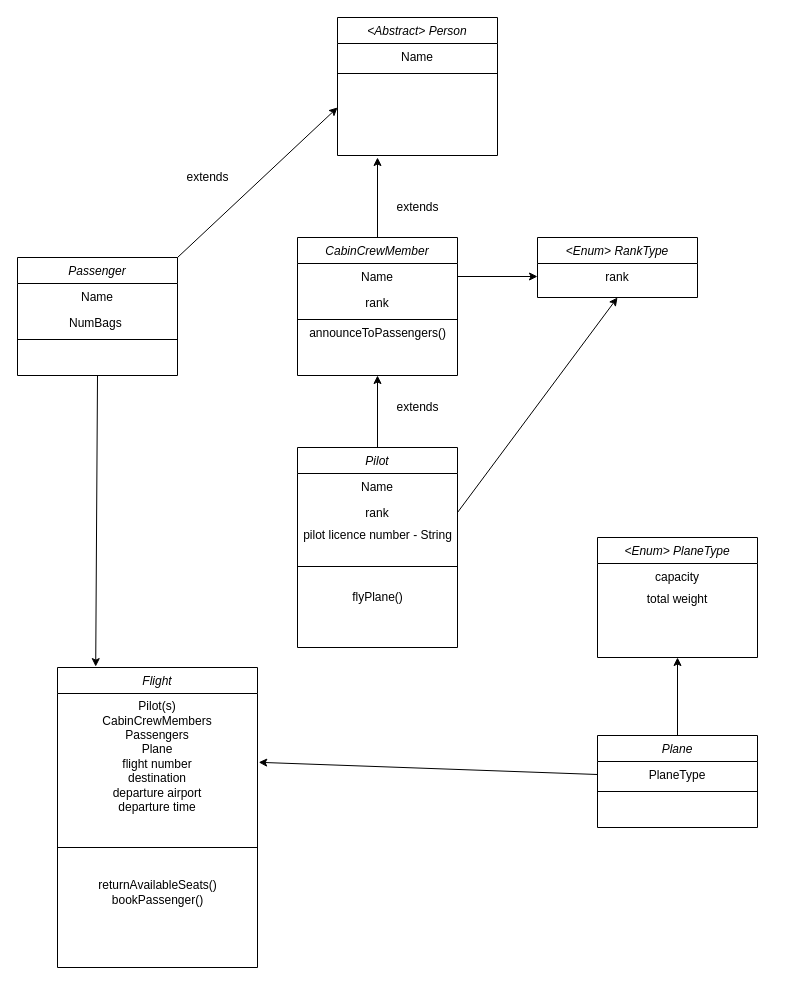
Above: MVPdiagram.drawio in Braingains/Java-TDD-Airline (draw.io), before the change. Source tidied: cells renumbered, new cells numbered last; positions are measured from the earlier drawing's top-left corner, leaving out a move shared by most shapes. Both pictures are drawn from the tidied source at 100%, with x=0, y=0 at pixel (17, 17).
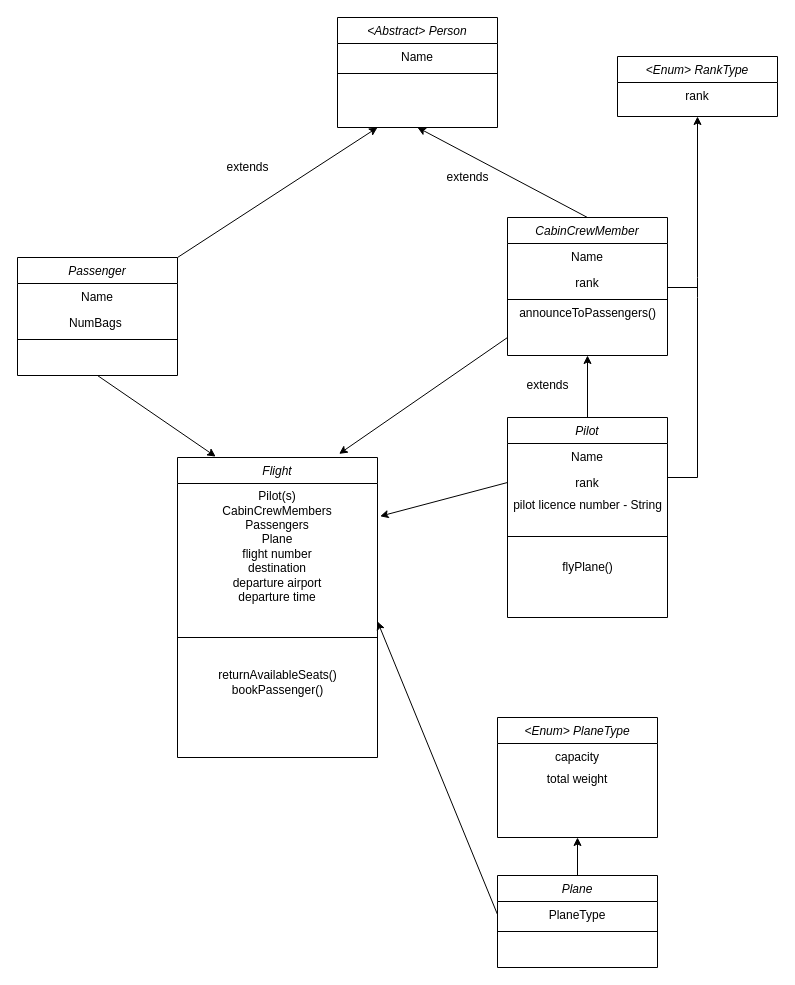
The same page after the edit.

Unchanged cells that the change refers to:
```xml
<mxCell id="5" value="Passenger" style="swimlane;fontStyle=2;align=center;verticalAlign=top;horizontal=1;startSize=26;rounded=0;shadow=0;strokeWidth=1;" parent="1" vertex="1">
  <mxGeometry y="240" width="160" height="118" as="geometry" />
</mxCell>
<mxCell id="16" value="rank" style="text;align=center;verticalAlign=top;spacingLeft=4;spacingRight=4;overflow=hidden;points=[[0,0.5],[1,0.5]];portConstraint=eastwest;rounded=0;shadow=0;html=0;" parent="14" vertex="1">
  <mxGeometry y="52" width="160" height="26" as="geometry" />
</mxCell>
<mxCell id="24" value="rank" style="text;align=center;verticalAlign=top;spacingLeft=4;spacingRight=4;overflow=hidden;points=[[0,0.5],[1,0.5]];portConstraint=eastwest;rounded=0;shadow=0;html=0;" parent="23" vertex="1">
  <mxGeometry y="26" width="160" height="26" as="geometry" />
</mxCell>
<mxCell id="26" value="PlaneType" style="text;align=center;verticalAlign=top;spacingLeft=4;spacingRight=4;overflow=hidden;points=[[0,0.5],[1,0.5]];portConstraint=eastwest;" parent="25" vertex="1">
  <mxGeometry y="26" width="160" height="26" as="geometry" />
</mxCell>
<mxCell id="34" value="&lt;span&gt;Pilot(s)&lt;/span&gt;&lt;br style=&quot;padding: 0px ; margin: 0px&quot;&gt;&lt;span&gt;CabinCrewMembers&lt;/span&gt;&lt;br style=&quot;padding: 0px ; margin: 0px&quot;&gt;&lt;span&gt;Passengers&lt;/span&gt;&lt;br style=&quot;padding: 0px ; margin: 0px&quot;&gt;&lt;span&gt;Plane&lt;/span&gt;&lt;br style=&quot;padding: 0px ; margin: 0px&quot;&gt;&lt;span&gt;flight number&lt;/span&gt;&lt;br style=&quot;padding: 0px ; margin: 0px&quot;&gt;&lt;span&gt;destination&lt;/span&gt;&lt;br style=&quot;padding: 0px ; margin: 0px&quot;&gt;&lt;span&gt;departure airport&lt;/span&gt;&lt;br style=&quot;padding: 0px ; margin: 0px&quot;&gt;&lt;span&gt;departure time&lt;br&gt;&lt;br&gt;&lt;br&gt;&lt;br&gt;&lt;br&gt;&lt;/span&gt;" style="text;html=1;strokeColor=none;fillColor=none;align=center;verticalAlign=middle;whiteSpace=wrap;rounded=0;" parent="32" vertex="1">
  <mxGeometry y="26" width="200" height="184" as="geometry" />
</mxCell>
```

Diff of the diagram source:
```diff
@@
     <mxCell id="2" value="&lt;Abstract&gt; Person" style="swimlane;fontStyle=2;align=center;verticalAlign=top;horizontal=1;startSize=26;rounded=0;shadow=0;strokeWidth=1;" parent="1" vertex="1">
-      <mxGeometry x="320" width="160" height="138" as="geometry" />
+      <mxGeometry x="320" width="160" height="110" as="geometry" />
     </mxCell>
@@
-    <mxCell id="9" value="CabinCrewMember" style="swimlane;fontStyle=2;align=center;verticalAlign=top;horizontal=1;startSize=26;rounded=0;shadow=0;strokeWidth=1;" parent="1" vertex="1">
-      <mxGeometry x="280" y="220" width="160" height="138" as="geometry" />
-    </mxCell>
-    <mxCell id="10" value="Name" style="text;align=center;verticalAlign=top;spacingLeft=4;spacingRight=4;overflow=hidden;points=[[0,0.5],[1,0.5]];portConstraint=eastwest;" parent="9" vertex="1">
-      <mxGeometry y="26" width="160" height="26" as="geometry" />
-    </mxCell>
-    <mxCell id="11" value="rank" style="text;align=center;verticalAlign=top;spacingLeft=4;spacingRight=4;overflow=hidden;rounded=0;shadow=0;html=0;" parent="9" vertex="1">
-      <mxGeometry y="52" width="160" height="26" as="geometry" />
-    </mxCell>
-    <mxCell id="12" style="line;html=1;strokeWidth=1;align=left;verticalAlign=middle;spacingTop=-1;spacingLeft=3;spacingRight=3;labelPosition=right;" parent="9" vertex="1">
-      <mxGeometry y="78" width="160" height="8" as="geometry" />
-    </mxCell>
-    <mxCell id="13" value="announceToPassengers()" style="text;html=1;align=center;verticalAlign=middle;" parent="9" vertex="1">
-      <mxGeometry y="86" width="160" height="20" as="geometry" />
-    </mxCell>
     <mxCell id="14" value="Pilot" style="swimlane;fontStyle=2;align=center;verticalAlign=top;horizontal=1;startSize=26;rounded=0;shadow=0;strokeWidth=1;" parent="1" vertex="1">
-      <mxGeometry x="280" y="430" width="160" height="200" as="geometry" />
+      <mxGeometry x="490" y="400" width="160" height="200" as="geometry" />
     </mxCell>
@@
-    <mxCell id="20" style="endArrow=classic;html=1;exitX=0.5;exitY=0;exitDx=0;exitDy=0;" parent="1" edge="1" source="9">
-      <mxGeometry relative="1" as="geometry">
-        <mxPoint x="360" y="140" as="targetPoint" />
-      </mxGeometry>
+    <mxCell id="20" style="endArrow=classic;html=1;exitX=0.5;exitY=0;exitDx=0;exitDy=0;entryX=0.5;entryY=1;entryDx=0;entryDy=0;" parent="1" edge="1" source="9" target="2">
+      <mxGeometry relative="1" as="geometry" />
     </mxCell>
     <mxCell id="21" value="extends" style="text;html=1;align=center;verticalAlign=middle;" parent="1" vertex="1">
-      <mxGeometry x="370" y="180" width="60" height="20" as="geometry" />
+      <mxGeometry x="420" y="150" width="60" height="20" as="geometry" />
     </mxCell>
     <mxCell id="22" value="extends" style="text;html=1;align=center;verticalAlign=middle;" parent="1" vertex="1">
-      <mxGeometry x="160" y="150" width="60" height="20" as="geometry" />
+      <mxGeometry x="200" y="140" width="60" height="20" as="geometry" />
     </mxCell>
     <mxCell id="23" value="&lt;Enum&gt; RankType" style="swimlane;fontStyle=2;align=center;verticalAlign=top;horizontal=1;startSize=26;rounded=0;shadow=0;strokeWidth=1;" parent="1" vertex="1">
-      <mxGeometry x="520" y="220" width="160" height="60" as="geometry" />
+      <mxGeometry x="600" y="39" width="160" height="60" as="geometry" />
     </mxCell>
@@
     <mxCell id="25" value="Plane" style="swimlane;fontStyle=2;align=center;verticalAlign=top;horizontal=1;startSize=26;rounded=0;shadow=0;strokeWidth=1;" parent="1" vertex="1">
-      <mxGeometry x="580" y="718" width="160" height="92" as="geometry" />
+      <mxGeometry x="480" y="858" width="160" height="92" as="geometry" />
     </mxCell>
@@
     <mxCell id="28" value="&lt;Enum&gt; PlaneType" style="swimlane;fontStyle=2;align=center;verticalAlign=top;horizontal=1;startSize=26;rounded=0;shadow=0;strokeWidth=1;" parent="1" vertex="1">
-      <mxGeometry x="580" y="520" width="160" height="120" as="geometry" />
+      <mxGeometry x="480" y="700" width="160" height="120" as="geometry" />
     </mxCell>
@@
     <mxCell id="32" value="Flight" style="swimlane;fontStyle=2;align=center;verticalAlign=top;horizontal=1;startSize=26;rounded=0;shadow=0;strokeWidth=1;" parent="1" vertex="1">
-      <mxGeometry x="40" y="650" width="200" height="300" as="geometry" />
+      <mxGeometry x="160" y="440" width="200" height="300" as="geometry" />
     </mxCell>
@@
-    <mxCell id="36" style="endArrow=classic;html=1;entryX=1.006;entryY=0.374;entryDx=0;entryDy=0;entryPerimeter=0;exitX=0;exitY=0.5;exitDx=0;exitDy=0;" parent="1" edge="1" source="26" target="34">
+    <mxCell id="36" style="endArrow=classic;html=1;entryX=1;entryY=0.75;entryDx=0;entryDy=0;exitX=0;exitY=0.5;exitDx=0;exitDy=0;" parent="1" edge="1" source="26" target="34">
       <mxGeometry relative="1" as="geometry" />
     </mxCell>
@@
-    <mxCell id="38" style="endArrow=classic;html=1;exitX=1;exitY=0;exitDx=0;exitDy=0;" parent="1" edge="1" source="5">
-      <mxGeometry relative="1" as="geometry">
-        <mxPoint x="320" y="90" as="targetPoint" />
-      </mxGeometry>
+    <mxCell id="38" style="endArrow=classic;html=1;exitX=1;exitY=0;exitDx=0;exitDy=0;entryX=0.25;entryY=1;entryDx=0;entryDy=0;" parent="1" edge="1" source="5" target="2">
+      <mxGeometry relative="1" as="geometry" />
     </mxCell>
     <mxCell id="39" value="extends" style="text;html=1;align=center;verticalAlign=middle;" parent="1" vertex="1">
-      <mxGeometry x="370" y="380" width="60" height="20" as="geometry" />
+      <mxGeometry x="500" y="358" width="60" height="20" as="geometry" />
     </mxCell>
@@
-    <mxCell id="41" style="endArrow=classic;html=1;entryX=0;entryY=0.5;entryDx=0;entryDy=0;exitX=1;exitY=0.5;exitDx=0;exitDy=0;" parent="1" edge="1" source="10" target="24">
-      <mxGeometry relative="1" as="geometry" />
-    </mxCell>
-    <mxCell id="42" style="endArrow=classic;html=1;exitX=1;exitY=0.5;exitDx=0;exitDy=0;entryX=0.5;entryY=1;entryDx=0;entryDy=0;" parent="1" edge="1" source="16" target="23">
-      <mxGeometry relative="1" as="geometry" />
+    <mxCell id="42" style="endArrow=classic;html=1;entryX=0.5;entryY=1;entryDx=0;entryDy=0;" parent="1" edge="1" target="23">
+      <mxGeometry relative="1" as="geometry">
+        <mxPoint x="680" y="460" as="sourcePoint" />
+        <Array as="points">
+          <mxPoint x="680" y="270" />
+        </Array>
+      </mxGeometry>
     </mxCell>
+    <mxCell id="9" value="CabinCrewMember" style="swimlane;fontStyle=2;align=center;verticalAlign=top;horizontal=1;startSize=26;rounded=0;shadow=0;strokeWidth=1;" parent="1" vertex="1">
+      <mxGeometry x="490" y="200" width="160" height="138" as="geometry" />
+    </mxCell>
+    <mxCell id="10" value="Name" style="text;align=center;verticalAlign=top;spacingLeft=4;spacingRight=4;overflow=hidden;points=[[0,0.5],[1,0.5]];portConstraint=eastwest;" parent="9" vertex="1">
+      <mxGeometry y="26" width="160" height="26" as="geometry" />
+    </mxCell>
+    <mxCell id="11" value="rank" style="text;align=center;verticalAlign=top;spacingLeft=4;spacingRight=4;overflow=hidden;rounded=0;shadow=0;html=0;" parent="9" vertex="1">
+      <mxGeometry y="52" width="160" height="26" as="geometry" />
+    </mxCell>
+    <mxCell id="12" style="line;html=1;strokeWidth=1;align=left;verticalAlign=middle;spacingTop=-1;spacingLeft=3;spacingRight=3;labelPosition=right;" parent="9" vertex="1">
+      <mxGeometry y="78" width="160" height="8" as="geometry" />
+    </mxCell>
+    <mxCell id="13" value="announceToPassengers()" style="text;html=1;align=center;verticalAlign=middle;" parent="9" vertex="1">
+      <mxGeometry y="86" width="160" height="20" as="geometry" />
+    </mxCell>
+    <mxCell id="43" style="endArrow=none;html=1;" parent="1" edge="1">
+      <mxGeometry relative="1" as="geometry">
+        <mxPoint x="650" y="270" as="sourcePoint" />
+        <mxPoint x="680" y="270" as="targetPoint" />
+      </mxGeometry>
+    </mxCell>
+    <mxCell id="44" style="endArrow=none;html=1;" parent="1" edge="1">
+      <mxGeometry relative="1" as="geometry">
+        <mxPoint x="650" y="460" as="sourcePoint" />
+        <mxPoint x="680" y="460" as="targetPoint" />
+      </mxGeometry>
+    </mxCell>
+    <mxCell id="45" style="endArrow=classic;html=1;entryX=0.808;entryY=-0.012;entryDx=0;entryDy=0;entryPerimeter=0;" parent="1" edge="1" target="32">
+      <mxGeometry relative="1" as="geometry">
+        <mxPoint x="490" y="320" as="sourcePoint" />
+      </mxGeometry>
+    </mxCell>
+    <mxCell id="46" style="endArrow=classic;html=1;entryX=1.013;entryY=0.178;entryDx=0;entryDy=0;entryPerimeter=0;exitX=0;exitY=0.5;exitDx=0;exitDy=0;" parent="1" edge="1" source="16" target="34">
+      <mxGeometry relative="1" as="geometry" />
+    </mxCell>
```
